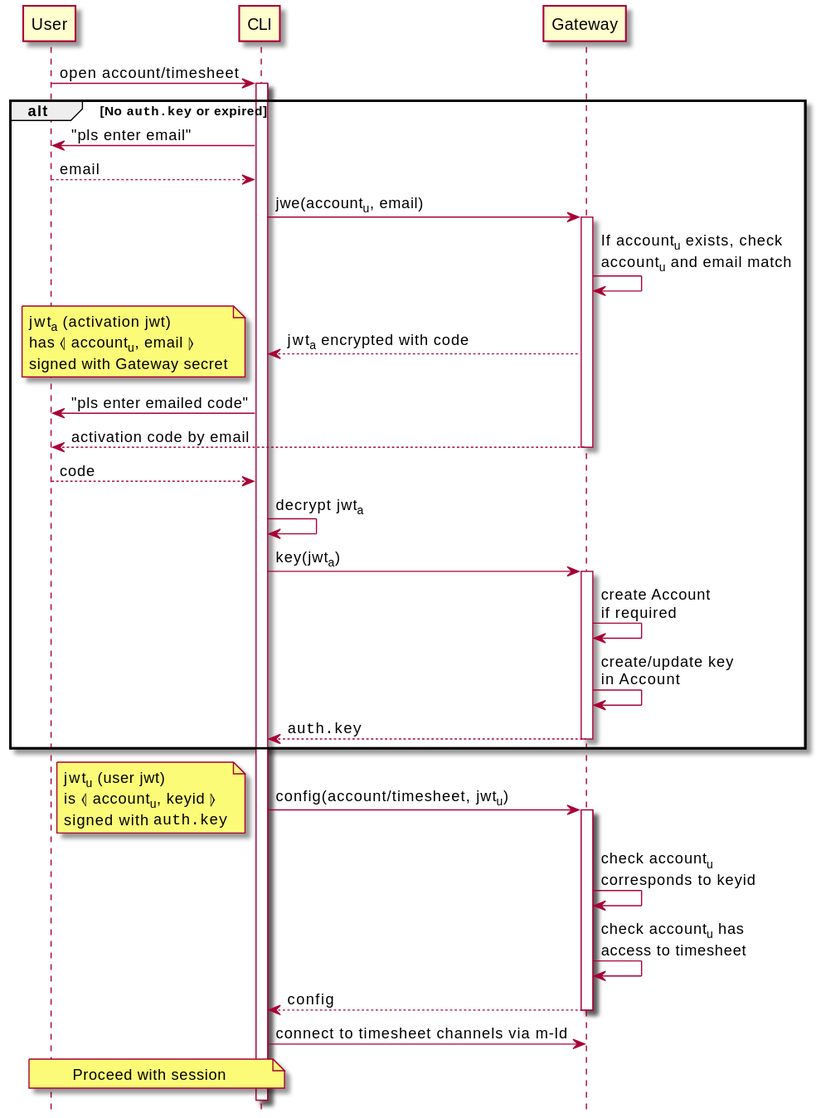
The PlantUML diagram architecture/security/img/register-cli.seq.svg in m-ld/timeld, before a commit.
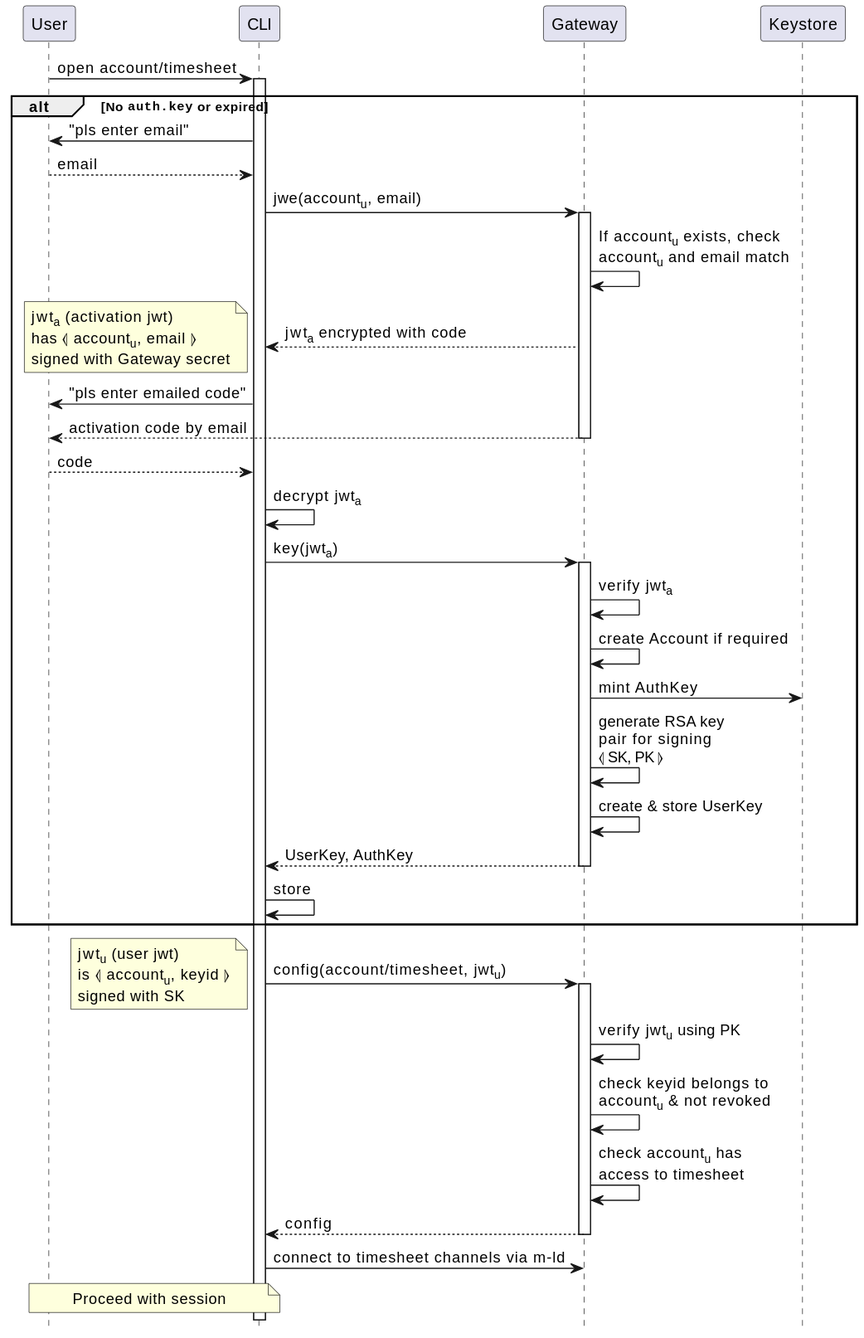
The same diagram one commit later.

Diff of the diagram source:
```diff
@@ -19,18 +19,25 @@
   User --> CLI: code
   CLI -> CLI: decrypt jwt<sub>a</sub>
   CLI -> Gateway ++: key(jwt<sub>a</sub>)
-  Gateway -> Gateway: create Account\nif required
-  Gateway -> Gateway: create/update key\nin Account
-  return ""auth.key""
+
+  Gateway -> Gateway: verify jwt<sub>a</sub>
+  Gateway -> Gateway: create Account if required
+  Gateway -> Keystore: mint AuthKey
+  Gateway -> Gateway: generate RSA key\npair for signing\n⦉ SK, PK ⦊
+  Gateway -> Gateway: create & store UserKey
+  return UserKey, AuthKey
+
+  CLI -> CLI: store
 end
 
 CLI -> Gateway ++: config(account/timesheet, jwt<sub>u</sub>)
 note left
   jwt<sub>u</sub> (user jwt)
   is ⦉ account<sub>u</sub>, keyid ⦊
-  signed with ""auth.key""
+  signed with SK
 end note
-Gateway -> Gateway: check account<sub>u</sub>\ncorresponds to keyid
+Gateway -> Gateway: verify jwt<sub>u</sub> using PK
+Gateway -> Gateway: check keyid belongs to\naccount<sub>u</sub> & not revoked
 Gateway -> Gateway: check account<sub>u</sub> has\naccess to timesheet
 return config
 
```
